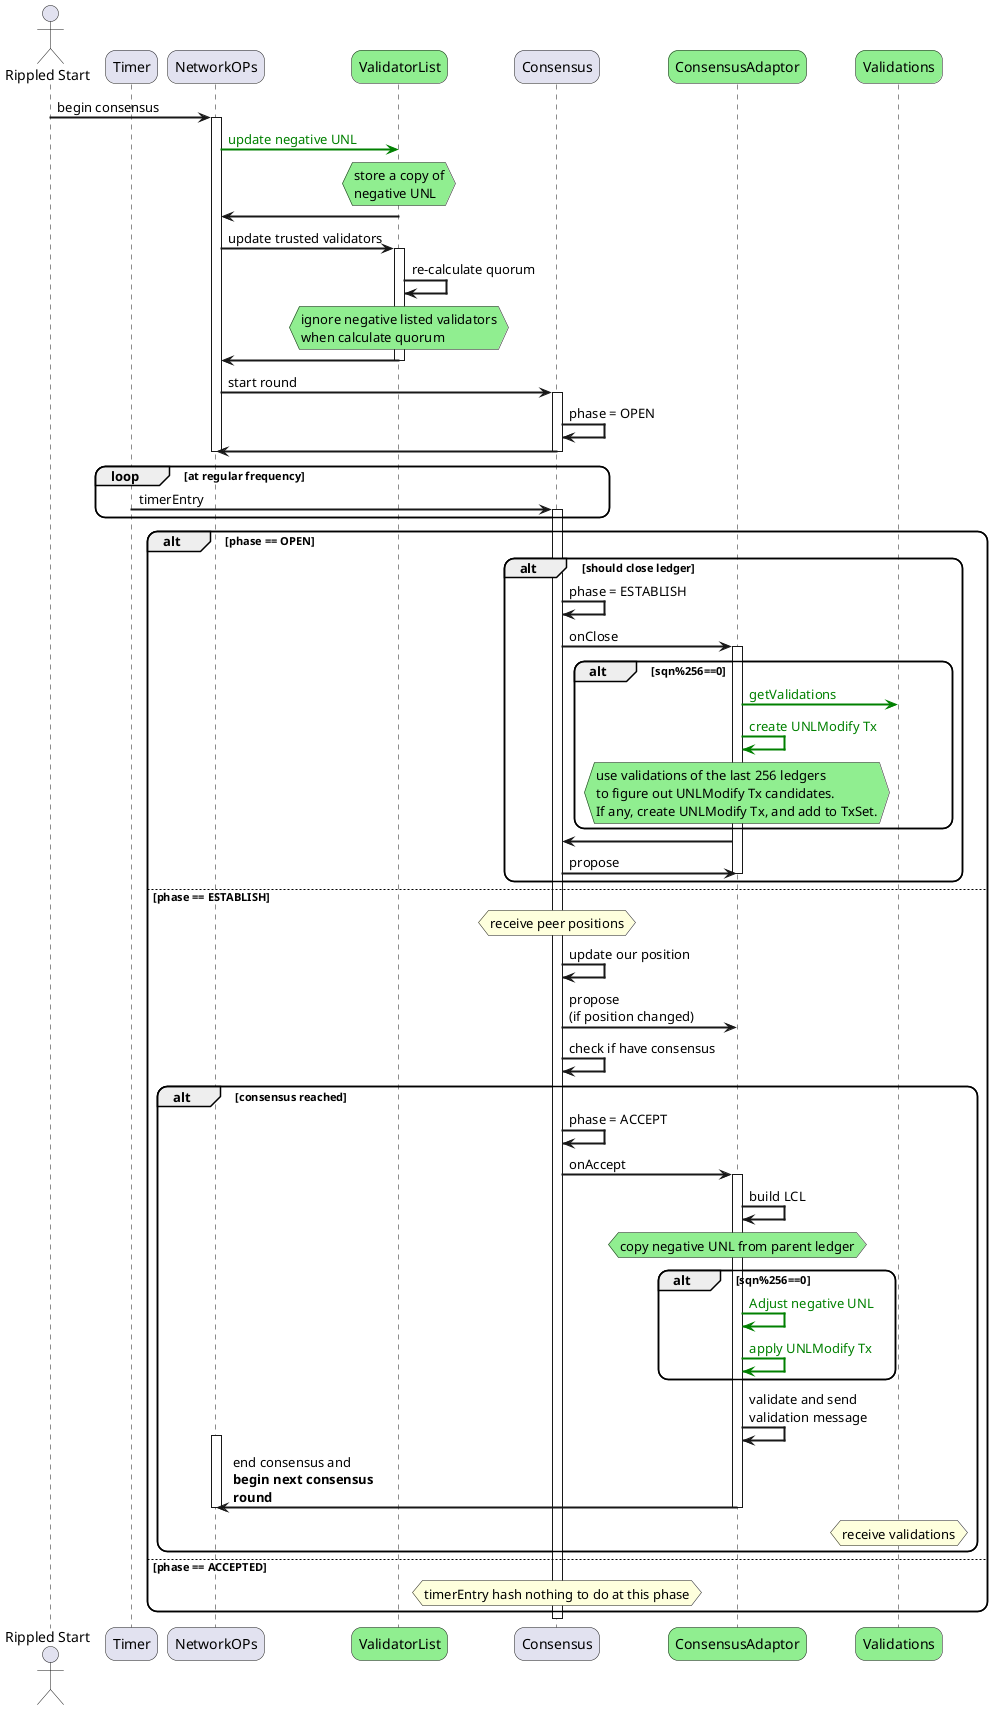
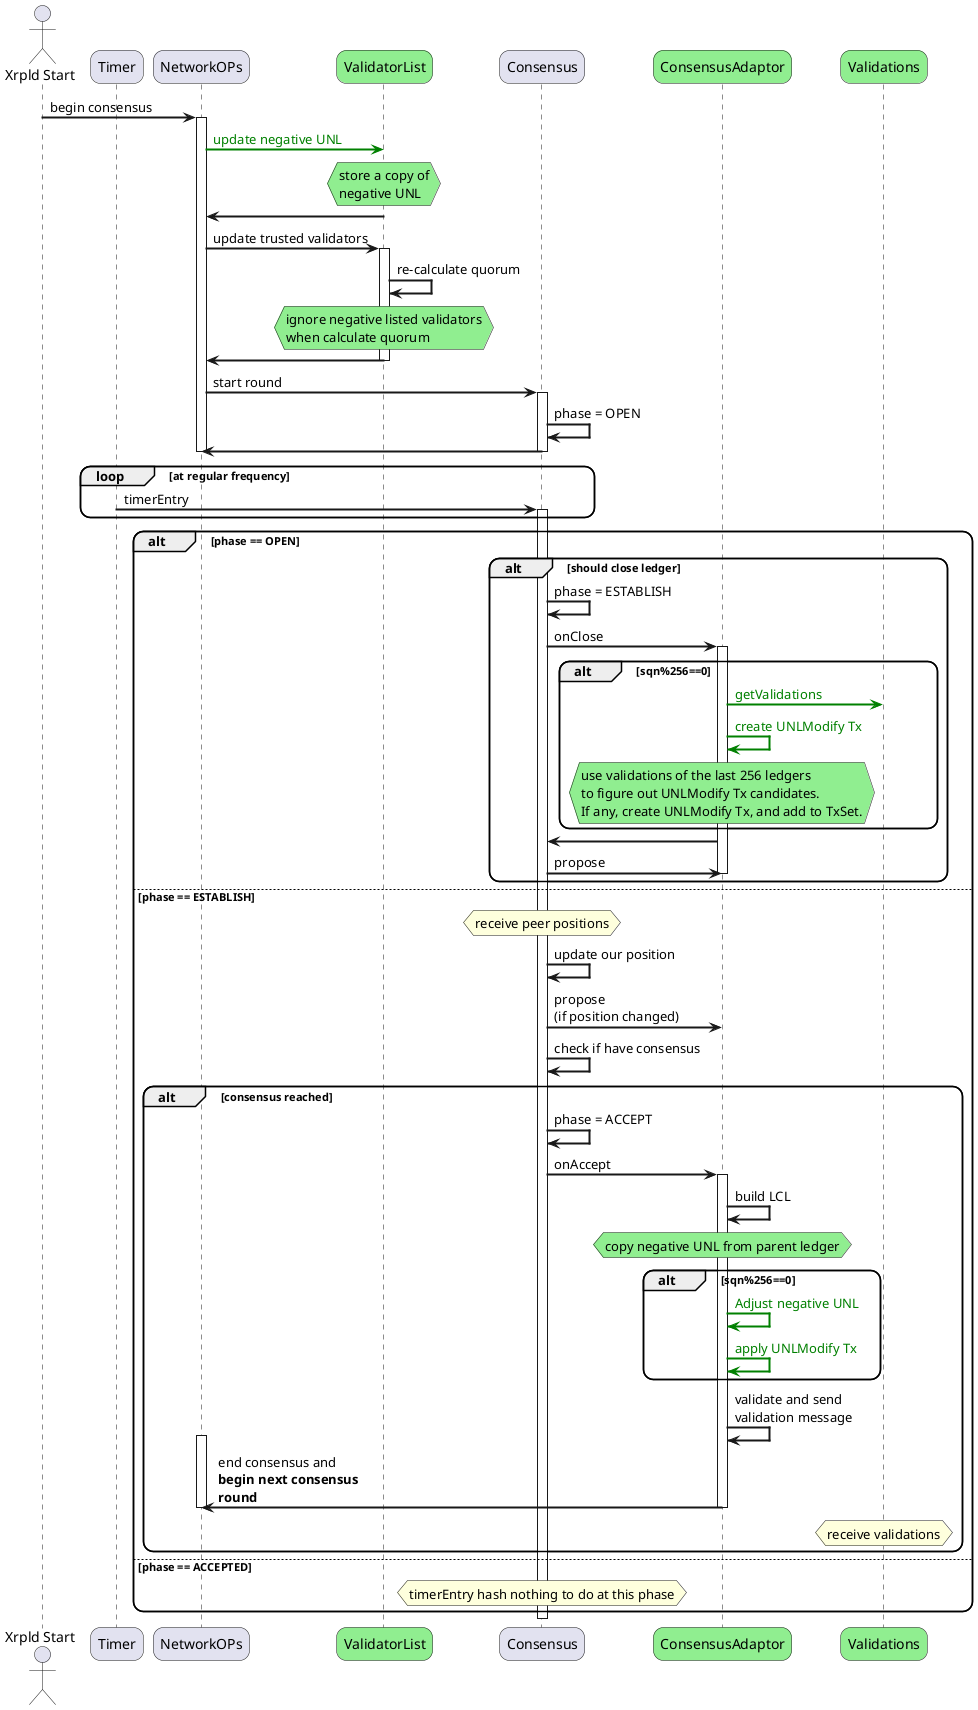
@startuml negativeUNL_highLevel_sequence

skinparam sequenceArrowThickness 2
skinparam roundcorner 20
skinparam maxmessagesize 160

- actor "Rippled Start" as RS
+ actor "Xrpld Start" as RS
participant "Timer" as T
participant "NetworkOPs" as NOP
participant "ValidatorList" as VL #lightgreen
participant "Consensus" as GC
participant "ConsensusAdaptor" as CA #lightgreen
participant "Validations" as RM #lightgreen

RS -> NOP: begin consensus
activate NOP
NOP -[#green]> VL: <font color=green>update negative UNL
hnote over VL#lightgreen: store a copy of\nnegative UNL
VL -> NOP
NOP -> VL: update trusted validators
activate VL
VL -> VL: re-calculate quorum
hnote over VL#lightgreen: ignore negative listed validators\nwhen calculate quorum
VL -> NOP
deactivate VL
NOP -> GC: start round
activate GC
GC -> GC: phase = OPEN
GC -> NOP
deactivate GC
deactivate NOP

loop at regular frequency
T -> GC: timerEntry
activate GC
end

alt phase == OPEN
    alt should close ledger
        GC -> GC: phase = ESTABLISH
        GC -> CA: onClose
        activate CA
            alt sqn%256==0
            CA -[#green]> RM: <font color=green>getValidations
            CA -[#green]> CA: <font color=green>create UNLModify Tx
            hnote over CA#lightgreen: use validations of the last 256 ledgers\nto figure out UNLModify Tx candidates.\nIf any, create UNLModify Tx, and add to TxSet.
            end
        CA -> GC
        GC -> CA: propose
        deactivate CA
    end
else phase == ESTABLISH
    hnote over GC: receive peer positions
    GC -> GC : update our position
    GC -> CA : propose \n(if position changed)
    GC -> GC : check if have consensus
    alt consensus reached
        GC -> GC: phase = ACCEPT
        GC -> CA : onAccept
        activate CA
            CA -> CA : build LCL
            hnote over CA #lightgreen: copy negative UNL from parent ledger
            alt sqn%256==0
                CA -[#green]> CA: <font color=green>Adjust negative UNL
                CA -[#green]> CA: <font color=green>apply UNLModify Tx
            end
            CA -> CA : validate and send validation message
            activate NOP
                CA -> NOP : end consensus and\n<b>begin next consensus round
            deactivate NOP
        deactivate CA
        hnote over RM: receive validations
    end
else phase == ACCEPTED
    hnote over GC: timerEntry hash nothing to do at this phase
end
deactivate GC

@enduml
